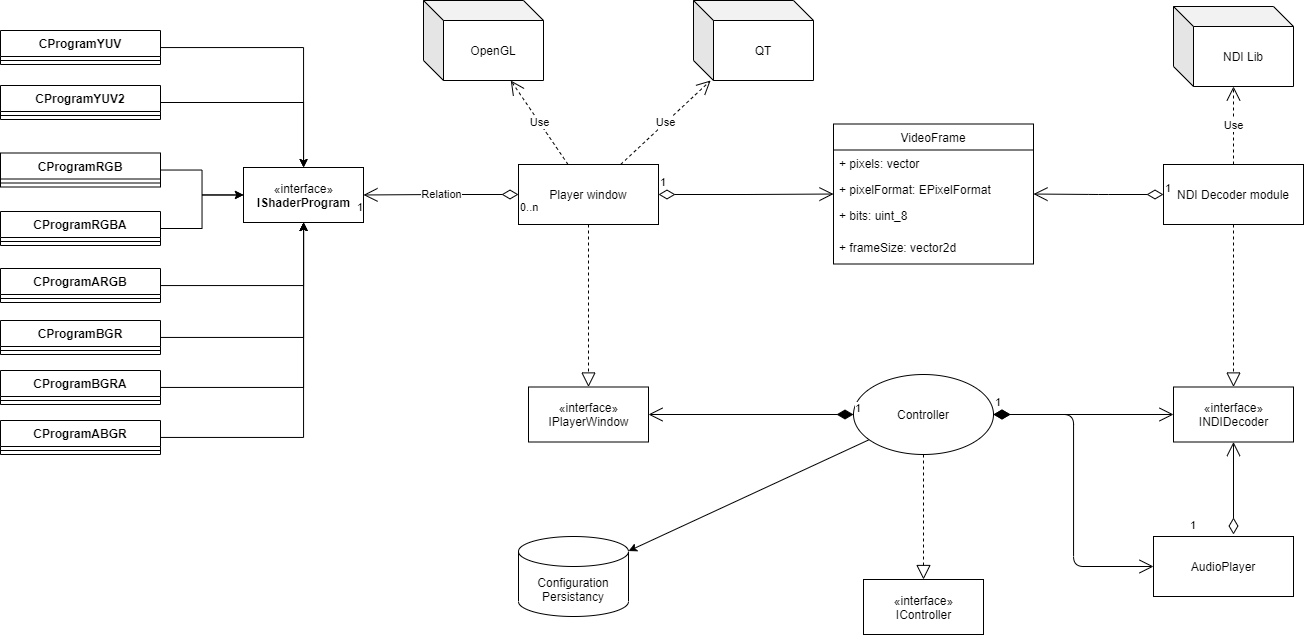
The draw.io diagram doc/NDI_Player.png in ikukishev/NDIPlayer, before a commit. Source tidied: cells renumbered, new cells last; positions are measured from the earlier drawing's top-left corner, leaving out a move shared by most shapes. Its diagram source:
```xml
<mxGraphModel>
  <root>
    <mxCell id="0" />
    <mxCell id="1" parent="0" />
    <mxCell id="2" value="NDI Decoder module" style="rounded=0;whiteSpace=wrap;html=1;" parent="1" vertex="1">
      <mxGeometry x="1163" y="164" width="140" height="60" as="geometry" />
    </mxCell>
    <mxCell id="3" value="NDI Lib" style="shape=cube;whiteSpace=wrap;html=1;boundedLbl=1;backgroundOutline=1;darkOpacity=0.05;darkOpacity2=0.1;" parent="1" vertex="1">
      <mxGeometry x="1173" y="6" width="120" height="80" as="geometry" />
    </mxCell>
    <mxCell id="4" value="OpenGL" style="shape=cube;whiteSpace=wrap;html=1;boundedLbl=1;backgroundOutline=1;darkOpacity=0.05;darkOpacity2=0.1;" parent="1" vertex="1">
      <mxGeometry x="423" width="120" height="80" as="geometry" />
    </mxCell>
    <mxCell id="5" value="Player window" style="rounded=0;whiteSpace=wrap;html=1;" parent="1" vertex="1">
      <mxGeometry x="518" y="164" width="140" height="60" as="geometry" />
    </mxCell>
    <mxCell id="6" value="Controller" style="ellipse;whiteSpace=wrap;html=1;" parent="1" vertex="1">
      <mxGeometry x="853" y="374" width="140" height="80" as="geometry" />
    </mxCell>
    <mxCell id="7" value="AudioPlayer" style="rounded=0;whiteSpace=wrap;html=1;" parent="1" vertex="1">
      <mxGeometry x="1153" y="536" width="140" height="60" as="geometry" />
    </mxCell>
    <mxCell id="8" value="Configuration Persistancy" style="shape=cylinder3;whiteSpace=wrap;html=1;boundedLbl=1;backgroundOutline=1;size=15;" parent="1" vertex="1">
      <mxGeometry x="518" y="536" width="110" height="80" as="geometry" />
    </mxCell>
    <mxCell id="9" style="endArrow=classic;html=1;" parent="1" edge="1" source="6" target="8">
      <mxGeometry relative="1" as="geometry" />
    </mxCell>
    <mxCell id="10" style="endArrow=block;dashed=1;endFill=0;endSize=12;html=1;" parent="1" edge="1" source="6" target="25">
      <mxGeometry relative="1" as="geometry" />
    </mxCell>
    <mxCell id="11" style="endArrow=block;dashed=1;endFill=0;endSize=12;html=1;" parent="1" edge="1" source="2" target="24">
      <mxGeometry relative="1" as="geometry" />
    </mxCell>
    <mxCell id="12" value="1" style="endArrow=open;html=1;endSize=12;startArrow=diamondThin;startSize=14;startFill=1;edgeStyle=orthogonalEdgeStyle;align=left;verticalAlign=bottom;" parent="1" edge="1" source="6" target="23">
      <mxGeometry x="-1" y="3" relative="1" as="geometry" />
    </mxCell>
    <mxCell id="13" value="1" style="endArrow=open;html=1;endSize=12;startArrow=diamondThin;startSize=14;startFill=1;edgeStyle=orthogonalEdgeStyle;align=left;verticalAlign=bottom;" parent="1" edge="1" source="6" target="24">
      <mxGeometry x="-1" y="3" relative="1" as="geometry" />
    </mxCell>
    <mxCell id="14" style="endArrow=block;dashed=1;endFill=0;endSize=12;html=1;" parent="1" edge="1" source="5" target="23">
      <mxGeometry relative="1" as="geometry" />
    </mxCell>
    <mxCell id="15" value="Use" style="endArrow=open;endSize=12;dashed=1;html=1;" parent="1" edge="1" source="2" target="3">
      <mxGeometry relative="1" as="geometry" />
    </mxCell>
    <mxCell id="16" value="QT" style="shape=cube;whiteSpace=wrap;html=1;boundedLbl=1;backgroundOutline=1;darkOpacity=0.05;darkOpacity2=0.1;" parent="1" vertex="1">
      <mxGeometry x="693" width="120" height="80" as="geometry" />
    </mxCell>
    <mxCell id="17" value="Use" style="endArrow=open;endSize=12;dashed=1;html=1;" parent="1" edge="1" source="5" target="4">
      <mxGeometry relative="1" as="geometry" />
    </mxCell>
    <mxCell id="18" value="Use" style="endArrow=open;endSize=12;dashed=1;html=1;" parent="1" edge="1" source="5" target="16">
      <mxGeometry relative="1" as="geometry" />
    </mxCell>
    <mxCell id="19" value="«interface»&lt;br&gt;&lt;b&gt;IShaderProgram&lt;br&gt;&lt;/b&gt;" style="html=1;" parent="1" vertex="1">
      <mxGeometry x="243" y="167" width="120" height="55" as="geometry" />
    </mxCell>
    <mxCell id="20" style="edgeStyle=orthogonalEdgeStyle;rounded=0;jettySize=auto;html=1;" parent="1" edge="1" source="21" target="19">
      <mxGeometry relative="1" as="geometry" />
    </mxCell>
    <mxCell id="21" value="CProgramYUV" style="swimlane;fontStyle=1;align=center;verticalAlign=top;horizontal=1;startSize=26;" parent="1" vertex="1">
      <mxGeometry y="30" width="160" height="34" as="geometry" />
    </mxCell>
    <mxCell id="22" style="line;strokeWidth=1;fillColor=none;align=left;verticalAlign=middle;spacingTop=-1;spacingLeft=3;spacingRight=3;labelPosition=right;" parent="21" vertex="1">
      <mxGeometry y="26" width="160" height="8" as="geometry" />
    </mxCell>
    <mxCell id="23" value="«interface»&lt;br&gt;IPlayerWindow&lt;b&gt;&lt;br&gt;&lt;/b&gt;" style="html=1;" parent="1" vertex="1">
      <mxGeometry x="528" y="386.5" width="120" height="55" as="geometry" />
    </mxCell>
    <mxCell id="24" value="«interface»&lt;br&gt;INDIDecoder&lt;b&gt;&lt;br&gt;&lt;/b&gt;" style="html=1;" parent="1" vertex="1">
      <mxGeometry x="1173" y="386.5" width="120" height="55" as="geometry" />
    </mxCell>
    <mxCell id="25" value="«interface»&lt;br&gt;IController&lt;b&gt;&lt;br&gt;&lt;/b&gt;" style="html=1;" parent="1" vertex="1">
      <mxGeometry x="863" y="579" width="120" height="55" as="geometry" />
    </mxCell>
    <mxCell id="26" style="edgeStyle=orthogonalEdgeStyle;rounded=0;jettySize=auto;html=1;" parent="1" edge="1" source="27" target="19">
      <mxGeometry relative="1" as="geometry" />
    </mxCell>
    <mxCell id="27" value="CProgramYUV2" style="swimlane;fontStyle=1;align=center;verticalAlign=top;horizontal=1;startSize=26;" parent="1" vertex="1">
      <mxGeometry y="85" width="160" height="34" as="geometry" />
    </mxCell>
    <mxCell id="28" style="line;strokeWidth=1;fillColor=none;align=left;verticalAlign=middle;spacingTop=-1;spacingLeft=3;spacingRight=3;labelPosition=right;" parent="27" vertex="1">
      <mxGeometry y="26" width="160" height="8" as="geometry" />
    </mxCell>
    <mxCell id="29" style="edgeStyle=orthogonalEdgeStyle;rounded=0;jettySize=auto;html=1;" parent="1" edge="1" source="30" target="19">
      <mxGeometry relative="1" as="geometry" />
    </mxCell>
    <mxCell id="30" value="CProgramRGB" style="swimlane;fontStyle=1;align=center;verticalAlign=top;horizontal=1;startSize=26;" parent="1" vertex="1">
      <mxGeometry y="152.5" width="160" height="34" as="geometry" />
    </mxCell>
    <mxCell id="31" style="line;strokeWidth=1;fillColor=none;align=left;verticalAlign=middle;spacingTop=-1;spacingLeft=3;spacingRight=3;labelPosition=right;" parent="30" vertex="1">
      <mxGeometry y="26" width="160" height="8" as="geometry" />
    </mxCell>
    <mxCell id="32" style="edgeStyle=orthogonalEdgeStyle;rounded=0;jettySize=auto;html=1;" parent="1" edge="1" source="33" target="19">
      <mxGeometry relative="1" as="geometry" />
    </mxCell>
    <mxCell id="33" value="CProgramRGBA" style="swimlane;fontStyle=1;align=center;verticalAlign=top;horizontal=1;startSize=26;" parent="1" vertex="1">
      <mxGeometry y="211" width="160" height="34" as="geometry" />
    </mxCell>
    <mxCell id="34" style="line;strokeWidth=1;fillColor=none;align=left;verticalAlign=middle;spacingTop=-1;spacingLeft=3;spacingRight=3;labelPosition=right;" parent="33" vertex="1">
      <mxGeometry y="26" width="160" height="8" as="geometry" />
    </mxCell>
    <mxCell id="35" style="edgeStyle=orthogonalEdgeStyle;rounded=0;jettySize=auto;html=1;" parent="1" edge="1" source="36" target="19">
      <mxGeometry relative="1" as="geometry" />
    </mxCell>
    <mxCell id="36" value="CProgramARGB" style="swimlane;fontStyle=1;align=center;verticalAlign=top;horizontal=1;startSize=26;" parent="1" vertex="1">
      <mxGeometry y="268" width="160" height="34" as="geometry" />
    </mxCell>
    <mxCell id="37" style="line;strokeWidth=1;fillColor=none;align=left;verticalAlign=middle;spacingTop=-1;spacingLeft=3;spacingRight=3;labelPosition=right;" parent="36" vertex="1">
      <mxGeometry y="26" width="160" height="8" as="geometry" />
    </mxCell>
    <mxCell id="38" style="edgeStyle=orthogonalEdgeStyle;rounded=0;jettySize=auto;html=1;" parent="1" edge="1" source="39" target="19">
      <mxGeometry relative="1" as="geometry" />
    </mxCell>
    <mxCell id="39" value="CProgramBGR" style="swimlane;fontStyle=1;align=center;verticalAlign=top;horizontal=1;startSize=26;" parent="1" vertex="1">
      <mxGeometry y="320" width="160" height="34" as="geometry" />
    </mxCell>
    <mxCell id="40" style="line;strokeWidth=1;fillColor=none;align=left;verticalAlign=middle;spacingTop=-1;spacingLeft=3;spacingRight=3;labelPosition=right;" parent="39" vertex="1">
      <mxGeometry y="26" width="160" height="8" as="geometry" />
    </mxCell>
    <mxCell id="41" style="edgeStyle=orthogonalEdgeStyle;rounded=0;jettySize=auto;html=1;" parent="1" edge="1" source="42" target="19">
      <mxGeometry relative="1" as="geometry" />
    </mxCell>
    <mxCell id="42" value="CProgramBGRA" style="swimlane;fontStyle=1;align=center;verticalAlign=top;horizontal=1;startSize=26;" parent="1" vertex="1">
      <mxGeometry y="370" width="160" height="34" as="geometry" />
    </mxCell>
    <mxCell id="43" style="line;strokeWidth=1;fillColor=none;align=left;verticalAlign=middle;spacingTop=-1;spacingLeft=3;spacingRight=3;labelPosition=right;" parent="42" vertex="1">
      <mxGeometry y="26" width="160" height="8" as="geometry" />
    </mxCell>
    <mxCell id="44" style="edgeStyle=orthogonalEdgeStyle;rounded=0;jettySize=auto;html=1;" parent="1" edge="1" source="45" target="19">
      <mxGeometry relative="1" as="geometry" />
    </mxCell>
    <mxCell id="45" value="CProgramABGR" style="swimlane;fontStyle=1;align=center;verticalAlign=top;horizontal=1;startSize=26;" parent="1" vertex="1">
      <mxGeometry y="420" width="160" height="34" as="geometry" />
    </mxCell>
    <mxCell id="46" style="line;strokeWidth=1;fillColor=none;align=left;verticalAlign=middle;spacingTop=-1;spacingLeft=3;spacingRight=3;labelPosition=right;" parent="45" vertex="1">
      <mxGeometry y="26" width="160" height="8" as="geometry" />
    </mxCell>
    <mxCell id="47" value="VideoFrame" style="swimlane;fontStyle=0;horizontal=1;startSize=26;fillColor=none;" parent="1" vertex="1">
      <mxGeometry x="833" y="123.5" width="200" height="140" as="geometry" />
    </mxCell>
    <mxCell id="48" value="+ pixels: vector&#10;" style="text;strokeColor=none;fillColor=none;align=left;verticalAlign=top;spacingLeft=4;spacingRight=4;overflow=hidden;" parent="47" vertex="1">
      <mxGeometry y="26" width="200" height="26" as="geometry" />
    </mxCell>
    <mxCell id="49" value="+ pixelFormat: EPixelFormat" style="text;strokeColor=none;fillColor=none;align=left;verticalAlign=top;spacingLeft=4;spacingRight=4;overflow=hidden;" parent="47" vertex="1">
      <mxGeometry y="52" width="200" height="26" as="geometry" />
    </mxCell>
    <mxCell id="50" value="+ bits: uint_8" style="text;strokeColor=none;fillColor=none;align=left;verticalAlign=top;spacingLeft=4;spacingRight=4;overflow=hidden;" parent="47" vertex="1">
      <mxGeometry y="78" width="200" height="32" as="geometry" />
    </mxCell>
    <mxCell id="51" value="+ frameSize: vector2d" style="text;strokeColor=none;fillColor=none;align=left;verticalAlign=top;spacingLeft=4;spacingRight=4;overflow=hidden;" parent="47" vertex="1">
      <mxGeometry y="110" width="200" height="30" as="geometry" />
    </mxCell>
    <mxCell id="52" value="1" style="endArrow=open;html=1;endSize=12;startArrow=diamondThin;startSize=14;startFill=0;edgeStyle=orthogonalEdgeStyle;align=left;verticalAlign=bottom;" parent="1" edge="1" source="5" target="47">
      <mxGeometry x="-1" y="3" relative="1" as="geometry" />
    </mxCell>
    <mxCell id="53" value="1" style="endArrow=open;html=1;endSize=12;startArrow=diamondThin;startSize=14;startFill=0;edgeStyle=orthogonalEdgeStyle;align=left;verticalAlign=bottom;strokeWidth=1;" parent="1" edge="1" source="2" target="47">
      <mxGeometry x="-1" y="3" relative="1" as="geometry" />
    </mxCell>
    <mxCell id="54" value="Relation" style="endArrow=open;html=1;endSize=12;startArrow=diamondThin;startSize=14;startFill=0;edgeStyle=orthogonalEdgeStyle;strokeWidth=1;" parent="1" edge="1" source="5" target="19">
      <mxGeometry relative="1" as="geometry" />
    </mxCell>
    <mxCell id="55" value="0..n" style="edgeLabel;html=1;align=left;verticalAlign=top;" parent="54" vertex="1">
      <mxGeometry x="-1" relative="1" as="geometry" />
    </mxCell>
    <mxCell id="56" value="1" style="edgeLabel;html=1;align=right;verticalAlign=top;" parent="54" vertex="1">
      <mxGeometry x="1" relative="1" as="geometry" />
    </mxCell>
    <mxCell id="57" value="1" style="endArrow=open;html=1;endSize=12;startArrow=diamondThin;startSize=14;startFill=1;edgeStyle=orthogonalEdgeStyle;align=left;verticalAlign=bottom;strokeWidth=1;entryX=0;entryY=0.5;entryDx=0;entryDy=0;" parent="1" edge="1" source="6" target="7">
      <mxGeometry x="-1" y="3" relative="1" as="geometry" />
    </mxCell>
    <mxCell id="58" value="1" style="endArrow=open;html=1;endSize=12;startArrow=diamondThin;startSize=14;startFill=0;edgeStyle=orthogonalEdgeStyle;align=left;verticalAlign=bottom;strokeWidth=1;" parent="1" edge="1" target="24">
      <mxGeometry x="-1" y="45" relative="1" as="geometry">
        <mxPoint x="1233" y="534" as="sourcePoint" />
      </mxGeometry>
    </mxCell>
  </root>
</mxGraphModel>
```
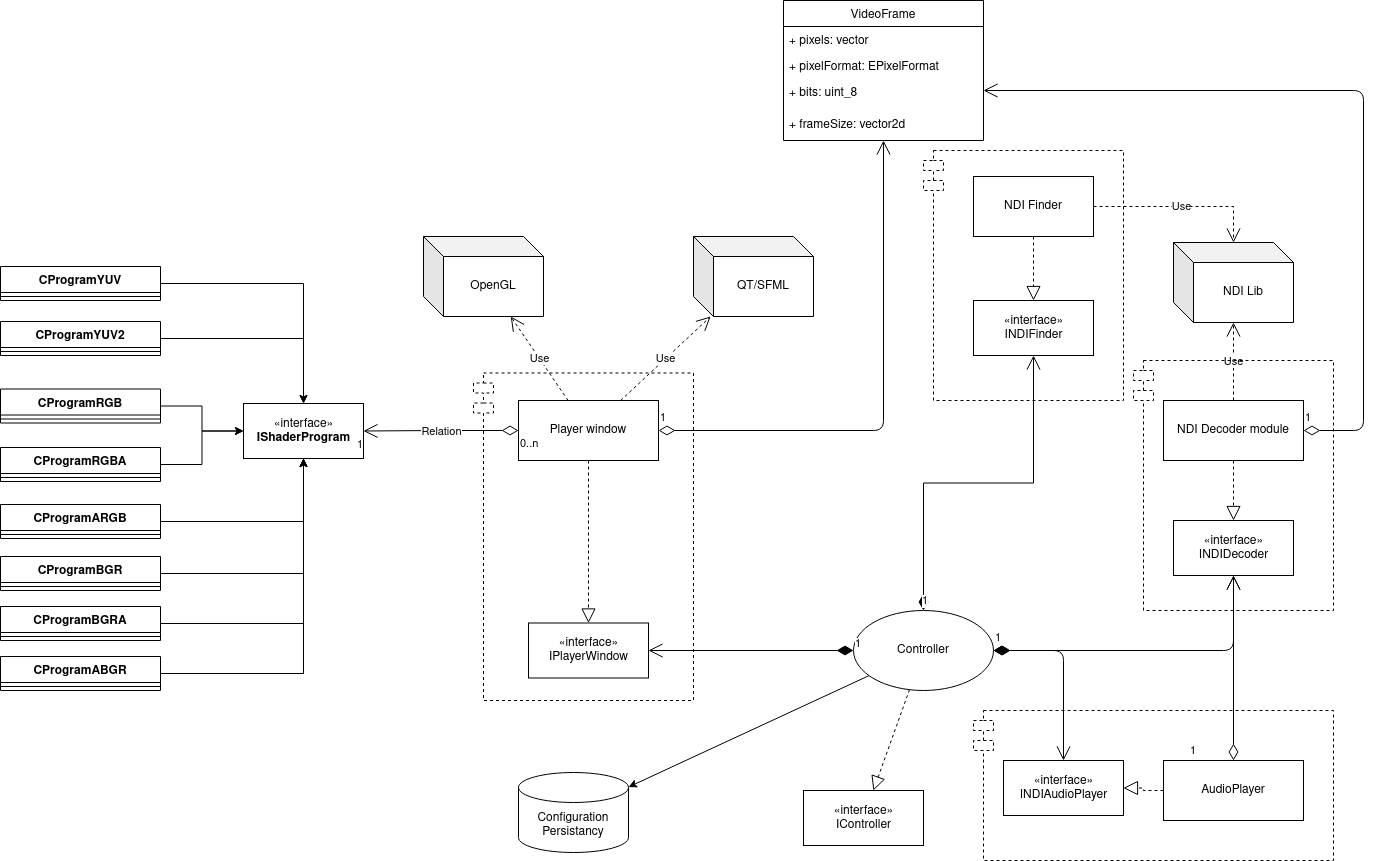
Above is the later version.

Change to the diagram source:
```diff
@@ -18,7 +18,7 @@
       <mxGeometry x="853" y="374" width="140" height="80" as="geometry" />
     </mxCell>
     <mxCell id="7" value="AudioPlayer" style="rounded=0;whiteSpace=wrap;html=1;" parent="1" vertex="1">
-      <mxGeometry x="1153" y="536" width="140" height="60" as="geometry" />
+      <mxGeometry x="1163" y="524" width="140" height="60" as="geometry" />
     </mxCell>
     <mxCell id="8" value="Configuration Persistancy" style="shape=cylinder3;whiteSpace=wrap;html=1;boundedLbl=1;backgroundOutline=1;size=15;" parent="1" vertex="1">
       <mxGeometry x="518" y="536" width="110" height="80" as="geometry" />
@@ -44,7 +44,7 @@
     <mxCell id="15" value="Use" style="endArrow=open;endSize=12;dashed=1;html=1;" parent="1" edge="1" source="2" target="3">
       <mxGeometry relative="1" as="geometry" />
     </mxCell>
-    <mxCell id="16" value="QT" style="shape=cube;whiteSpace=wrap;html=1;boundedLbl=1;backgroundOutline=1;darkOpacity=0.05;darkOpacity2=0.1;" parent="1" vertex="1">
+    <mxCell id="16" value="QT/SFML" style="shape=cube;whiteSpace=wrap;html=1;boundedLbl=1;backgroundOutline=1;darkOpacity=0.05;darkOpacity2=0.1;" parent="1" vertex="1">
       <mxGeometry x="693" width="120" height="80" as="geometry" />
     </mxCell>
     <mxCell id="17" value="Use" style="endArrow=open;endSize=12;dashed=1;html=1;" parent="1" edge="1" source="5" target="4">
@@ -69,10 +69,10 @@
       <mxGeometry x="528" y="386.5" width="120" height="55" as="geometry" />
     </mxCell>
     <mxCell id="24" value="«interface»&lt;br&gt;INDIDecoder&lt;b&gt;&lt;br&gt;&lt;/b&gt;" style="html=1;" parent="1" vertex="1">
-      <mxGeometry x="1173" y="386.5" width="120" height="55" as="geometry" />
+      <mxGeometry x="1173" y="284" width="120" height="55" as="geometry" />
     </mxCell>
     <mxCell id="25" value="«interface»&lt;br&gt;IController&lt;b&gt;&lt;br&gt;&lt;/b&gt;" style="html=1;" parent="1" vertex="1">
-      <mxGeometry x="863" y="579" width="120" height="55" as="geometry" />
+      <mxGeometry x="803" y="554" width="120" height="55" as="geometry" />
     </mxCell>
     <mxCell id="26" style="edgeStyle=orthogonalEdgeStyle;rounded=0;jettySize=auto;html=1;" parent="1" edge="1" source="27" target="19">
       <mxGeometry relative="1" as="geometry" />
@@ -138,7 +138,7 @@
       <mxGeometry y="26" width="160" height="8" as="geometry" />
     </mxCell>
     <mxCell id="47" value="VideoFrame" style="swimlane;fontStyle=0;horizontal=1;startSize=26;fillColor=none;" parent="1" vertex="1">
-      <mxGeometry x="833" y="123.5" width="200" height="140" as="geometry" />
+      <mxGeometry x="783" y="-236" width="200" height="140" as="geometry" />
     </mxCell>
     <mxCell id="48" value="+ pixels: vector&#10;" style="text;strokeColor=none;fillColor=none;align=left;verticalAlign=top;spacingLeft=4;spacingRight=4;overflow=hidden;" parent="47" vertex="1">
       <mxGeometry y="26" width="200" height="26" as="geometry" />
@@ -156,7 +156,12 @@
       <mxGeometry x="-1" y="3" relative="1" as="geometry" />
     </mxCell>
     <mxCell id="53" value="1" style="endArrow=open;html=1;endSize=12;startArrow=diamondThin;startSize=14;startFill=0;edgeStyle=orthogonalEdgeStyle;align=left;verticalAlign=bottom;strokeWidth=1;" parent="1" edge="1" source="2" target="47">
-      <mxGeometry x="-1" y="3" relative="1" as="geometry" />
+      <mxGeometry x="-1" y="3" relative="1" as="geometry">
+        <Array as="points">
+          <mxPoint x="1363" y="194" />
+          <mxPoint x="1363" y="-146" />
+        </Array>
+      </mxGeometry>
     </mxCell>
     <mxCell id="54" value="Relation" style="endArrow=open;html=1;endSize=12;startArrow=diamondThin;startSize=14;startFill=0;edgeStyle=orthogonalEdgeStyle;strokeWidth=1;" parent="1" edge="1" source="5" target="19">
       <mxGeometry relative="1" as="geometry" />
@@ -167,13 +172,44 @@
     <mxCell id="56" value="1" style="edgeLabel;html=1;align=right;verticalAlign=top;" parent="54" vertex="1">
       <mxGeometry x="1" relative="1" as="geometry" />
     </mxCell>
-    <mxCell id="57" value="1" style="endArrow=open;html=1;endSize=12;startArrow=diamondThin;startSize=14;startFill=1;edgeStyle=orthogonalEdgeStyle;align=left;verticalAlign=bottom;strokeWidth=1;entryX=0;entryY=0.5;entryDx=0;entryDy=0;" parent="1" edge="1" source="6" target="7">
+    <mxCell id="57" value="1" style="endArrow=open;html=1;endSize=12;startArrow=diamondThin;startSize=14;startFill=1;edgeStyle=orthogonalEdgeStyle;align=left;verticalAlign=bottom;strokeWidth=1;" parent="1" edge="1" source="6" target="64">
       <mxGeometry x="-1" y="3" relative="1" as="geometry" />
     </mxCell>
-    <mxCell id="58" value="1" style="endArrow=open;html=1;endSize=12;startArrow=diamondThin;startSize=14;startFill=0;edgeStyle=orthogonalEdgeStyle;align=left;verticalAlign=bottom;strokeWidth=1;" parent="1" edge="1" target="24">
-      <mxGeometry x="-1" y="45" relative="1" as="geometry">
-        <mxPoint x="1233" y="534" as="sourcePoint" />
-      </mxGeometry>
+    <mxCell id="58" value="1" style="endArrow=open;html=1;endSize=12;startArrow=diamondThin;startSize=14;startFill=0;edgeStyle=orthogonalEdgeStyle;align=left;verticalAlign=bottom;strokeWidth=1;" parent="1" edge="1" source="7" target="24">
+      <mxGeometry x="-1" y="45" relative="1" as="geometry" />
     </mxCell>
+    <mxCell id="59" value="NDI Finder" style="rounded=0;whiteSpace=wrap;html=1;" parent="1" vertex="1">
+      <mxGeometry x="973" y="-60" width="120" height="60" as="geometry" />
+    </mxCell>
+    <mxCell id="60" value="Use" style="endArrow=open;endSize=12;dashed=1;html=1;rounded=0;edgeStyle=orthogonalEdgeStyle;" parent="1" edge="1" source="59" target="3">
+      <mxGeometry relative="1" as="geometry" />
+    </mxCell>
+    <mxCell id="61" value="«interface»&lt;br&gt;INDIFinder&lt;b&gt;&lt;br&gt;&lt;/b&gt;" style="html=1;" parent="1" vertex="1">
+      <mxGeometry x="973" y="64" width="120" height="55" as="geometry" />
+    </mxCell>
+    <mxCell id="62" style="endArrow=block;dashed=1;endFill=0;endSize=12;html=1;rounded=0;edgeStyle=orthogonalEdgeStyle;" parent="1" edge="1" source="59" target="61">
+      <mxGeometry relative="1" as="geometry" />
+    </mxCell>
+    <mxCell id="63" value="1" style="endArrow=open;html=1;endSize=12;startArrow=diamondThin;startSize=14;startFill=1;edgeStyle=orthogonalEdgeStyle;align=left;verticalAlign=bottom;rounded=0;" parent="1" edge="1" source="6" target="61">
+      <mxGeometry x="-1" y="3" relative="1" as="geometry" />
+    </mxCell>
+    <mxCell id="64" value="«interface»&lt;br&gt;&lt;div&gt;INDIAudioPlayer&lt;/div&gt;" style="html=1;" parent="1" vertex="1">
+      <mxGeometry x="1003" y="524" width="120" height="55" as="geometry" />
+    </mxCell>
+    <mxCell id="65" style="endArrow=block;dashed=1;endFill=0;endSize=12;html=1;rounded=0;edgeStyle=orthogonalEdgeStyle;" parent="1" edge="1" source="7" target="64">
+      <mxGeometry relative="1" as="geometry" />
+    </mxCell>
+    <mxCell id="66" style="shape=module;align=left;spacingLeft=20;align=center;verticalAlign=top;fillColor=none;dashed=1;" parent="1" vertex="1">
+      <mxGeometry x="923" y="-86" width="200" height="250" as="geometry" />
+    </mxCell>
+    <mxCell id="67" style="shape=module;align=left;spacingLeft=20;align=center;verticalAlign=top;fillColor=none;dashed=1;" parent="1" vertex="1">
+      <mxGeometry x="1133" y="124" width="200" height="250" as="geometry" />
+    </mxCell>
+    <mxCell id="68" style="shape=module;align=left;spacingLeft=20;align=center;verticalAlign=top;fillColor=none;dashed=1;" parent="1" vertex="1">
+      <mxGeometry x="973" y="474" width="360" height="150" as="geometry" />
+    </mxCell>
+    <mxCell id="69" style="shape=module;align=left;spacingLeft=20;align=center;verticalAlign=top;fillColor=none;dashed=1;" parent="1" vertex="1">
+      <mxGeometry x="473" y="136.5" width="220" height="327.5" as="geometry" />
+    </mxCell>
   </root>
 </mxGraphModel>
```
